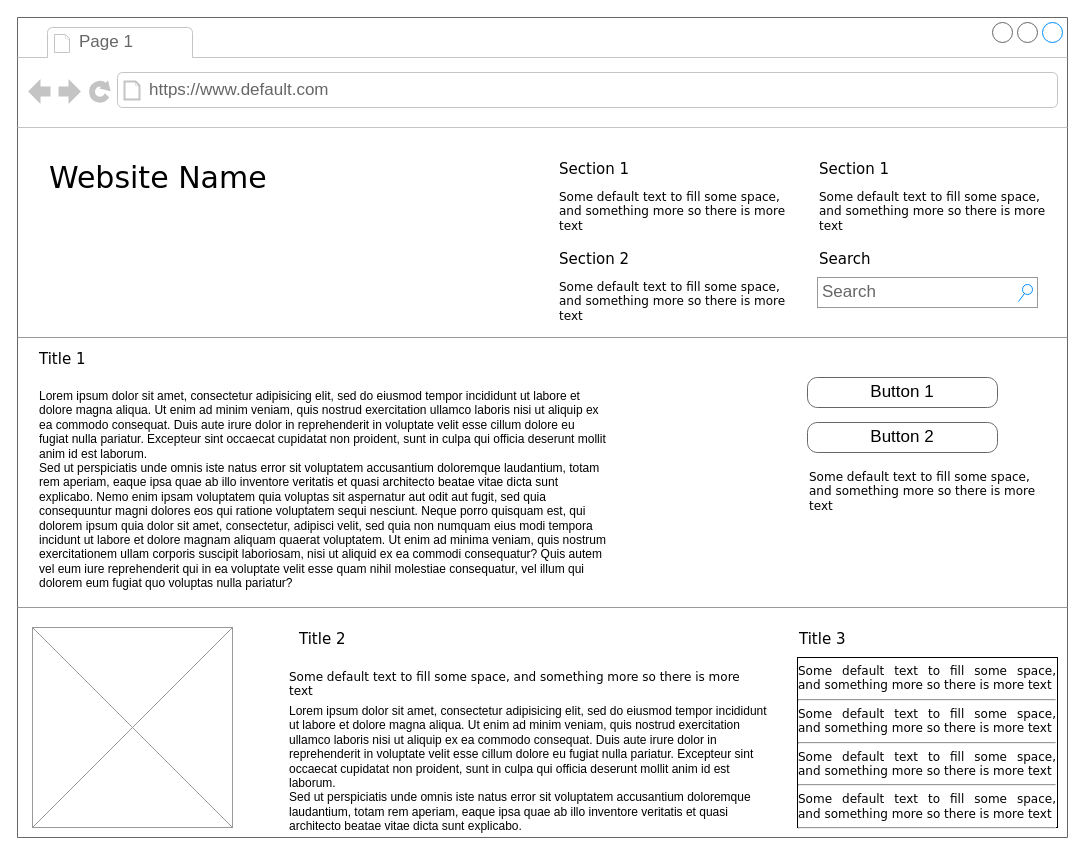
The draw.io diagram 各种图.drawio in GreenTee-color/Documents, before the edit. Source tidied: cells renumbered, new cells numbered last; positions are measured from the earlier drawing's top-left corner, leaving out a move shared by most shapes. Both pictures are drawn from the tidied source at 100%, with x=0, y=0 at pixel (17, 17).
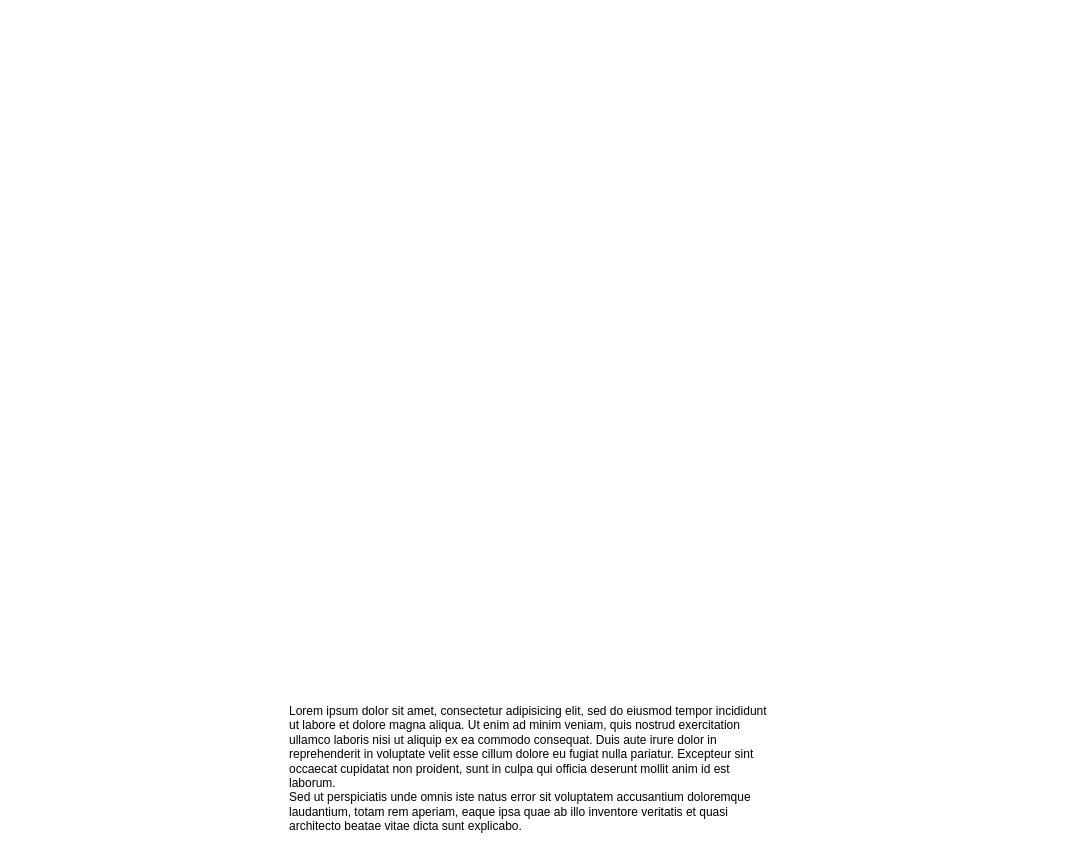
After the change.

Commit message (it also covers changes not shown here):
更新各种图.drawio

The edit, as a diff of the source:
```diff
@@
-    <mxCell id="2" style="strokeWidth=1;shadow=0;dashed=0;align=center;html=1;shape=mxgraph.mockup.containers.browserWindow;rSize=0;strokeColor=#666666;mainText=,;rounded=0;labelBackgroundColor=none;fontFamily=Verdana;fontSize=12;" parent="1" vertex="1">
-      <mxGeometry width="1050" height="820" as="geometry" />
-    </mxCell>
-    <mxCell id="3" value="Page 1" style="strokeWidth=1;shadow=0;dashed=0;align=center;html=1;shape=mxgraph.mockup.containers.anchor;fontSize=17;fontColor=#666666;align=left;" parent="2" vertex="1">
-      <mxGeometry x="60" y="12" width="110" height="26" as="geometry" />
-    </mxCell>
-    <mxCell id="4" value="https://www.default.com" style="strokeWidth=1;shadow=0;dashed=0;align=center;html=1;shape=mxgraph.mockup.containers.anchor;rSize=0;fontSize=17;fontColor=#666666;align=left;" parent="2" vertex="1">
-      <mxGeometry x="130" y="60" width="250" height="26" as="geometry" />
-    </mxCell>
-    <mxCell id="5" value="Website Name" style="text;html=1;align=left;verticalAlign=top;spacingTop=-4;fontSize=30;fontFamily=Verdana;" parent="2" vertex="1">
-      <mxGeometry x="30" y="140" width="340" height="50" as="geometry" />
-    </mxCell>
-    <mxCell id="6" value="Section 1" style="text;html=1;align=left;verticalAlign=top;spacingTop=-4;fontSize=15;fontFamily=Verdana;" parent="2" vertex="1">
-      <mxGeometry x="540" y="140" width="170" height="30" as="geometry" />
-    </mxCell>
-    <mxCell id="7" value="Some default text to fill some space, and&amp;nbsp;&lt;span&gt;something more so there is more text&lt;/span&gt;" style="text;html=1;align=left;verticalAlign=top;spacingTop=-4;fontSize=12;fontFamily=Verdana;whiteSpace=wrap;" parent="2" vertex="1">
-      <mxGeometry x="540" y="170" width="240" height="40" as="geometry" />
-    </mxCell>
-    <mxCell id="8" value="Section 2" style="text;html=1;align=left;verticalAlign=top;spacingTop=-4;fontSize=15;fontFamily=Verdana;" parent="2" vertex="1">
-      <mxGeometry x="540" y="230" width="170" height="30" as="geometry" />
-    </mxCell>
-    <mxCell id="9" value="Some default text to fill some space, and&amp;nbsp;&lt;span&gt;something more so there is more text&lt;/span&gt;" style="text;html=1;align=left;verticalAlign=top;spacingTop=-4;fontSize=12;fontFamily=Verdana;whiteSpace=wrap;" parent="2" vertex="1">
-      <mxGeometry x="540" y="260" width="240" height="40" as="geometry" />
-    </mxCell>
-    <mxCell id="10" value="Section 1" style="text;html=1;align=left;verticalAlign=top;spacingTop=-4;fontSize=15;fontFamily=Verdana;" parent="2" vertex="1">
-      <mxGeometry x="800" y="140" width="170" height="30" as="geometry" />
-    </mxCell>
-    <mxCell id="11" value="Some default text to fill some space, and&amp;nbsp;&lt;span&gt;something more so there is more text&lt;/span&gt;" style="text;html=1;align=left;verticalAlign=top;spacingTop=-4;fontSize=12;fontFamily=Verdana;whiteSpace=wrap;" parent="2" vertex="1">
-      <mxGeometry x="800" y="170" width="240" height="40" as="geometry" />
-    </mxCell>
-    <mxCell id="12" value="Search" style="text;html=1;align=left;verticalAlign=top;spacingTop=-4;fontSize=15;fontFamily=Verdana;" parent="2" vertex="1">
-      <mxGeometry x="800" y="230" width="170" height="30" as="geometry" />
-    </mxCell>
-    <mxCell id="13" value="Search" style="strokeWidth=1;shadow=0;dashed=0;align=center;html=1;shape=mxgraph.mockup.forms.searchBox;strokeColor=#999999;mainText=;strokeColor2=#008cff;fontColor=#666666;fontSize=17;align=left;spacingLeft=3;rounded=0;labelBackgroundColor=none;" parent="2" vertex="1">
-      <mxGeometry x="800" y="260" width="220" height="30" as="geometry" />
-    </mxCell>
-    <mxCell id="14" style="verticalLabelPosition=bottom;shadow=0;dashed=0;align=center;html=1;verticalAlign=top;strokeWidth=1;shape=mxgraph.mockup.markup.line;strokeColor=#999999;rounded=0;labelBackgroundColor=none;fillColor=#ffffff;fontFamily=Verdana;fontSize=12;fontColor=#000000;" parent="2" vertex="1">
-      <mxGeometry y="310" width="1050" height="20" as="geometry" />
-    </mxCell>
-    <mxCell id="15" value="Title 1" style="text;html=1;align=left;verticalAlign=top;spacingTop=-4;fontSize=15;fontFamily=Verdana;" parent="2" vertex="1">
-      <mxGeometry x="20" y="330" width="170" height="30" as="geometry" />
-    </mxCell>
-    <mxCell id="16" value="Lorem ipsum dolor sit amet, consectetur adipisicing elit, sed do eiusmod tempor incididunt ut labore et dolore magna aliqua. Ut enim ad minim veniam, quis nostrud exercitation ullamco laboris nisi ut aliquip ex ea commodo consequat. Duis aute irure dolor in reprehenderit in voluptate velit esse cillum dolore eu fugiat nulla pariatur. Excepteur sint occaecat cupidatat non proident, sunt in culpa qui officia deserunt mollit anim id est laborum.&#10;Sed ut perspiciatis unde omnis iste natus error sit voluptatem accusantium doloremque laudantium, totam rem aperiam, eaque ipsa quae ab illo inventore veritatis et quasi architecto beatae vitae dicta sunt explicabo. Nemo enim ipsam voluptatem quia voluptas sit aspernatur aut odit aut fugit, sed quia consequuntur magni dolores eos qui ratione voluptatem sequi nesciunt. Neque porro quisquam est, qui dolorem ipsum quia dolor sit amet, consectetur, adipisci velit, sed quia non numquam eius modi tempora incidunt ut labore et dolore magnam aliquam quaerat voluptatem. Ut enim ad minima veniam, quis nostrum exercitationem ullam corporis suscipit laboriosam, nisi ut aliquid ex ea commodi consequatur? Quis autem vel eum iure reprehenderit qui in ea voluptate velit esse quam nihil molestiae consequatur, vel illum qui dolorem eum fugiat quo voluptas nulla pariatur?" style="text;spacingTop=-5;whiteSpace=wrap;html=1;align=left;fontSize=12;fontFamily=Helvetica;fillColor=none;strokeColor=none;rounded=0;shadow=1;labelBackgroundColor=none;" parent="2" vertex="1">
-      <mxGeometry x="20" y="370" width="570" height="240" as="geometry" />
-    </mxCell>
-    <mxCell id="17" value="Button 1" style="strokeWidth=1;shadow=0;dashed=0;align=center;html=1;shape=mxgraph.mockup.buttons.button;strokeColor=#666666;mainText=;buttonStyle=round;fontSize=17;fontStyle=0;fillColor=none;whiteSpace=wrap;rounded=0;labelBackgroundColor=none;" parent="2" vertex="1">
-      <mxGeometry x="790" y="360" width="190" height="30" as="geometry" />
-    </mxCell>
-    <mxCell id="18" value="Button 2" style="strokeWidth=1;shadow=0;dashed=0;align=center;html=1;shape=mxgraph.mockup.buttons.button;strokeColor=#666666;mainText=;buttonStyle=round;fontSize=17;fontStyle=0;fillColor=none;whiteSpace=wrap;rounded=0;labelBackgroundColor=none;" parent="2" vertex="1">
-      <mxGeometry x="790" y="405" width="190" height="30" as="geometry" />
-    </mxCell>
-    <mxCell id="19" value="Some default text to fill some space, and&amp;nbsp;&lt;span&gt;something more so there is more text&lt;/span&gt;" style="text;html=1;align=left;verticalAlign=top;spacingTop=-4;fontSize=12;fontFamily=Verdana;whiteSpace=wrap;" parent="2" vertex="1">
-      <mxGeometry x="790" y="450" width="240" height="40" as="geometry" />
-    </mxCell>
-    <mxCell id="20" style="verticalLabelPosition=bottom;shadow=0;dashed=0;align=center;html=1;verticalAlign=top;strokeWidth=1;shape=mxgraph.mockup.markup.line;strokeColor=#999999;rounded=0;labelBackgroundColor=none;fillColor=#ffffff;fontFamily=Verdana;fontSize=12;fontColor=#000000;" parent="2" vertex="1">
-      <mxGeometry y="580" width="1050" height="20" as="geometry" />
-    </mxCell>
-    <mxCell id="21" style="verticalLabelPosition=bottom;shadow=0;dashed=0;align=center;html=1;verticalAlign=top;strokeWidth=1;shape=mxgraph.mockup.graphics.simpleIcon;strokeColor=#999999;fillColor=#ffffff;rounded=0;labelBackgroundColor=none;fontFamily=Verdana;fontSize=12;fontColor=#000000;" parent="2" vertex="1">
-      <mxGeometry x="15" y="610" width="200" height="200" as="geometry" />
-    </mxCell>
-    <mxCell id="22" value="Title 2" style="text;html=1;align=left;verticalAlign=top;spacingTop=-4;fontSize=15;fontFamily=Verdana;" parent="2" vertex="1">
-      <mxGeometry x="280" y="610" width="170" height="30" as="geometry" />
-    </mxCell>
-    <mxCell id="23" value="Title 3" style="text;html=1;align=left;verticalAlign=top;spacingTop=-4;fontSize=15;fontFamily=Verdana;" parent="2" vertex="1">
-      <mxGeometry x="780" y="610" width="170" height="30" as="geometry" />
-    </mxCell>
-    <mxCell id="24" value="&lt;div style=&quot;text-align: justify&quot;&gt;&lt;span&gt;Some default text to fill some space, and&amp;nbsp;&lt;/span&gt;&lt;span&gt;something more so there is more text&lt;/span&gt;&lt;/div&gt;&lt;div style=&quot;text-align: justify&quot;&gt;&lt;hr id=&quot;null&quot; style=&quot;text-align: justify&quot;&gt;&lt;span&gt;&lt;div style=&quot;text-align: justify&quot;&gt;&lt;span&gt;Some default text to fill some space, and&amp;nbsp;&lt;/span&gt;&lt;span&gt;something more so there is more text&lt;/span&gt;&lt;/div&gt;&lt;/span&gt;&lt;/div&gt;&lt;hr id=&quot;null&quot; style=&quot;text-align: justify&quot;&gt;&lt;span&gt;&lt;div style=&quot;text-align: justify&quot;&gt;&lt;span&gt;Some default text to fill some space, and&amp;nbsp;&lt;/span&gt;&lt;span&gt;something more so there is more text&lt;/span&gt;&lt;/div&gt;&lt;/span&gt;&lt;hr id=&quot;null&quot; style=&quot;text-align: justify&quot;&gt;&lt;span&gt;&lt;div style=&quot;text-align: justify&quot;&gt;&lt;span&gt;Some default text to fill some space, and&amp;nbsp;&lt;/span&gt;&lt;span&gt;something more so there is more text&lt;/span&gt;&lt;/div&gt;&lt;/span&gt;&lt;hr id=&quot;null&quot; style=&quot;text-align: left&quot;&gt;" style="whiteSpace=wrap;html=1;rounded=0;shadow=0;labelBackgroundColor=none;strokeWidth=1;fontFamily=Verdana;fontSize=12;align=center;verticalAlign=top;" parent="2" vertex="1">
-      <mxGeometry x="780" y="640" width="260" height="170" as="geometry" />
-    </mxCell>
-    <mxCell id="25" value="Some default text to fill some space, and&amp;nbsp;&lt;span&gt;something more so there is more text&lt;/span&gt;" style="text;html=1;align=left;verticalAlign=top;spacingTop=-4;fontSize=12;fontFamily=Verdana;whiteSpace=wrap;" parent="2" vertex="1">
-      <mxGeometry x="270" y="650" width="470" height="40" as="geometry" />
-    </mxCell>
```
